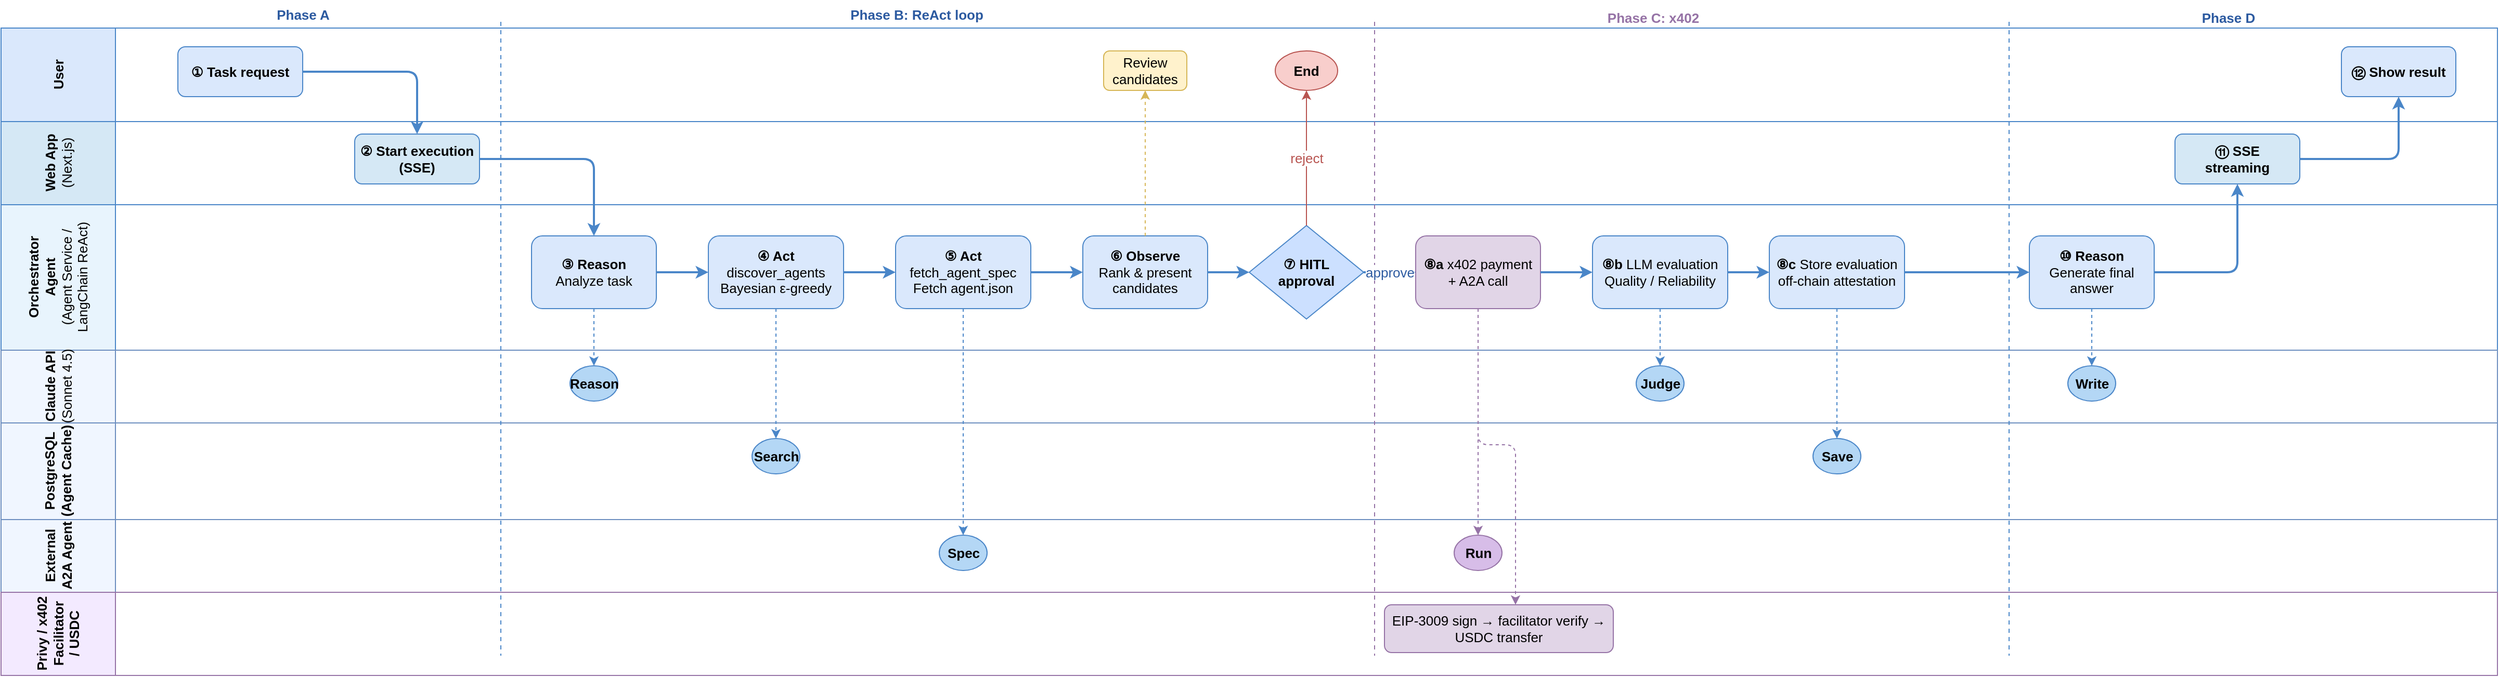
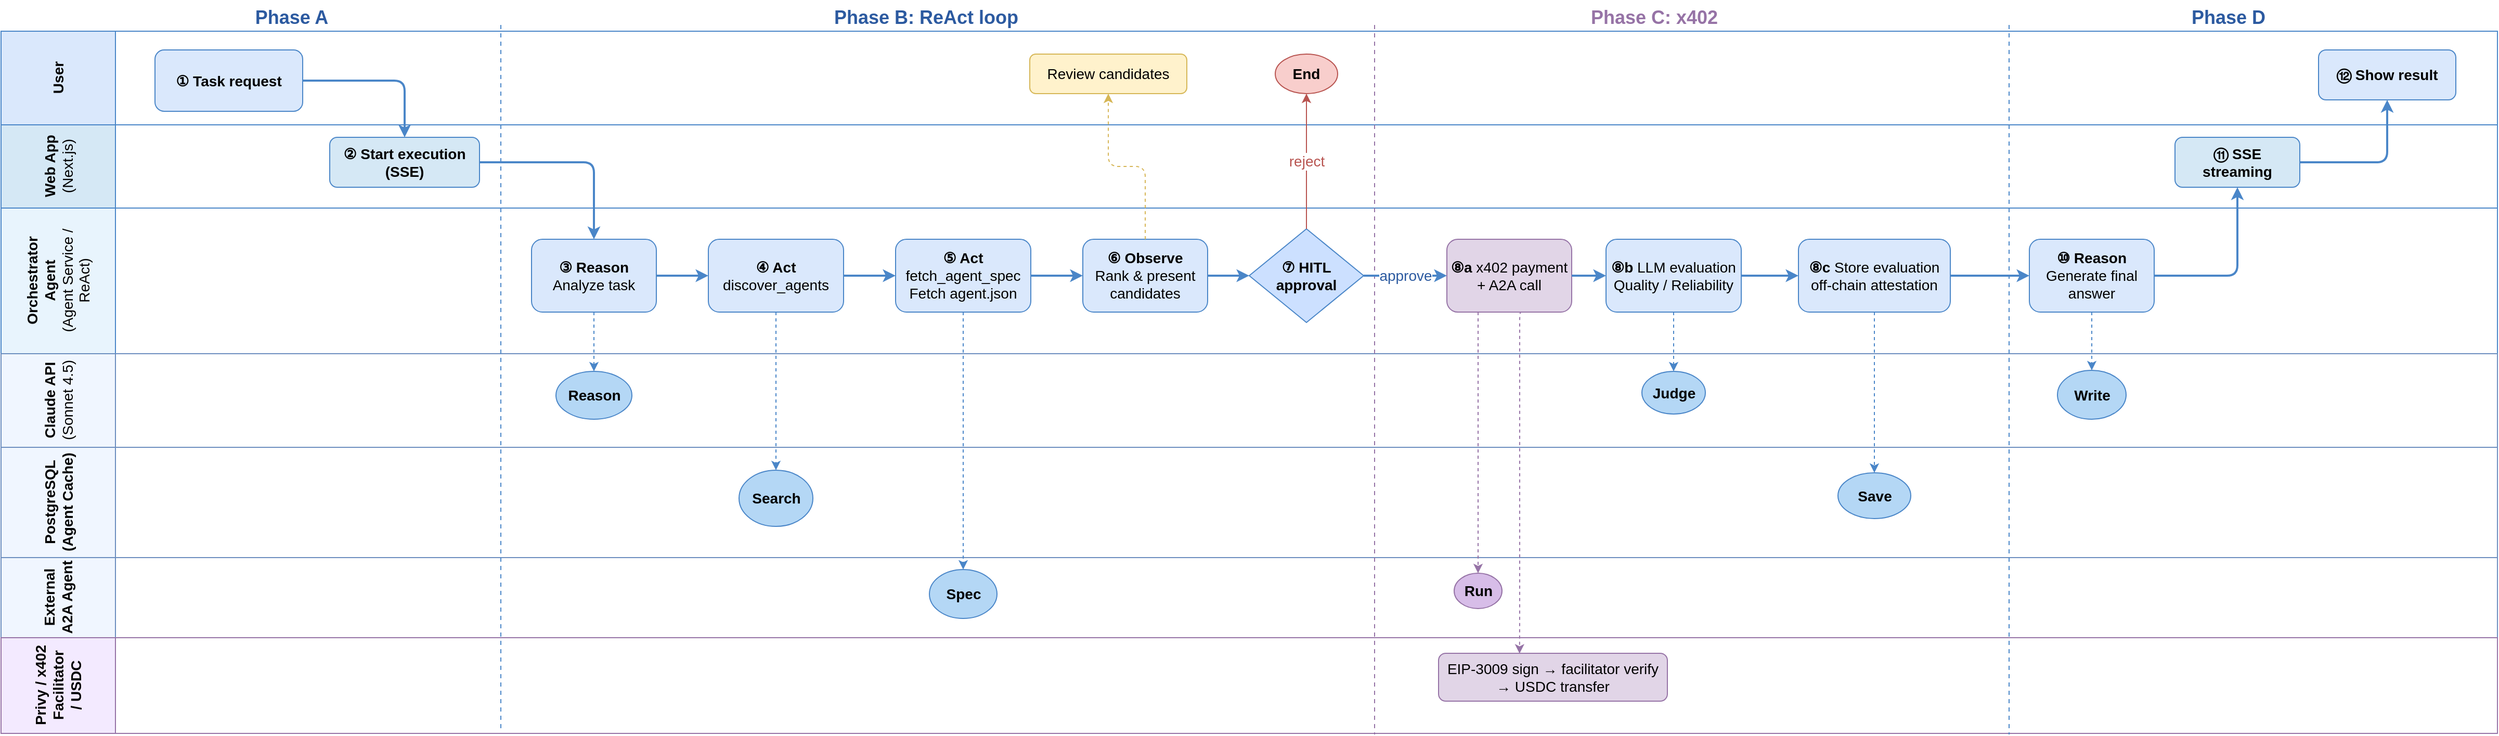
<mxfile host="Electron" agent="Mozilla/5.0 (Macintosh; Intel Mac OS X 10_15_7) AppleWebKit/537.36 (KHTML, like Gecko) draw.io/29.0.3 Chrome/140.0.7339.249 Electron/38.7.0 Safari/537.36" version="29.0.3">
  <diagram name="ページ-1" id="oJbKbAI1qvF3d68aLyy-">
-     <mxGraphModel dx="1697" dy="1247" grid="0" gridSize="10" guides="1" tooltips="1" connect="1" arrows="1" fold="1" page="0" pageScale="1" pageWidth="827" pageHeight="1169" math="0" shadow="0">
+     <mxGraphModel dx="2545" dy="1870" grid="0" gridSize="10" guides="1" tooltips="1" connect="1" arrows="1" fold="1" page="0" pageScale="1" pageWidth="827" pageHeight="1169" math="0" shadow="0">
      <root>
        <mxCell id="0" />
        <mxCell id="1" parent="0" />
-         <mxCell id="l1" value="User" style="swimlane;horizontal=0;startSize=110;fillColor=#dae8fc;strokeColor=#4a86c8;html=1;fontStyle=1;fontSize=13;" parent="1" vertex="1">
+         <mxCell id="l1" value="&lt;font style=&quot;font-size: 14px;&quot;&gt;User&lt;/font&gt;" style="swimlane;horizontal=0;startSize=110;fillColor=#dae8fc;strokeColor=#4a86c8;html=1;fontStyle=1;fontSize=13;" parent="1" vertex="1">
          <mxGeometry y="40" width="2400" height="90" as="geometry" />
        </mxCell>
-         <mxCell id="s1" value="① Task request" style="rounded=1;whiteSpace=wrap;html=1;fillColor=#dae8fc;strokeColor=#4a86c8;fontSize=13;fontStyle=1;" parent="l1" vertex="1">
-           <mxGeometry x="170" y="18" width="120" height="48" as="geometry" />
-         </mxCell>
-         <mxCell id="s12" value="⑫ Show result" style="rounded=1;whiteSpace=wrap;html=1;fillColor=#dae8fc;strokeColor=#4a86c8;fontSize=13;fontStyle=1;" parent="l1" vertex="1">
-           <mxGeometry x="2250" y="18" width="110" height="48" as="geometry" />
-         </mxCell>
-         <mxCell id="u6" value="Review candidates" style="rounded=1;whiteSpace=wrap;html=1;fillColor=#fff2cc;strokeColor=#d6b656;fontSize=13;" parent="l1" vertex="1">
-           <mxGeometry x="1060" y="22" width="80" height="38" as="geometry" />
-         </mxCell>
-         <mxCell id="reject" value="End" style="ellipse;whiteSpace=wrap;html=1;fillColor=#f8cecc;strokeColor=#b85450;fontSize=13;fontStyle=1;" parent="l1" vertex="1">
+         <mxCell id="s1" value="&lt;font style=&quot;font-size: 14px;&quot;&gt;① Task request&lt;/font&gt;" style="rounded=1;whiteSpace=wrap;html=1;fillColor=#dae8fc;strokeColor=#4a86c8;fontSize=13;fontStyle=1;" parent="l1" vertex="1">
+           <mxGeometry x="148" y="18" width="142" height="59" as="geometry" />
+         </mxCell>
+         <mxCell id="s12" value="&lt;font style=&quot;font-size: 14px;&quot;&gt;⑫ Show result&lt;/font&gt;" style="rounded=1;whiteSpace=wrap;html=1;fillColor=#dae8fc;strokeColor=#4a86c8;fontSize=13;fontStyle=1;" parent="l1" vertex="1">
+           <mxGeometry x="2228" y="18" width="132" height="48" as="geometry" />
+         </mxCell>
+         <mxCell id="u6" value="&lt;font style=&quot;font-size: 14px;&quot;&gt;Review candidates&lt;/font&gt;" style="rounded=1;whiteSpace=wrap;html=1;fillColor=#fff2cc;strokeColor=#d6b656;fontSize=13;" parent="l1" vertex="1">
+           <mxGeometry x="989" y="22" width="151" height="38" as="geometry" />
+         </mxCell>
+         <mxCell id="reject" value="&lt;font style=&quot;font-size: 14px;&quot;&gt;End&lt;/font&gt;" style="ellipse;whiteSpace=wrap;html=1;fillColor=#f8cecc;strokeColor=#b85450;fontSize=13;fontStyle=1;" parent="l1" vertex="1">
          <mxGeometry x="1225" y="22" width="60" height="38" as="geometry" />
        </mxCell>
-         <mxCell id="l2" value="Web App&lt;br&gt;&lt;font style=&quot;font-weight: normal;&quot;&gt;(Next.js)&lt;/font&gt;" style="swimlane;horizontal=0;startSize=110;fillColor=#d5e8f5;strokeColor=#4a86c8;html=1;fontStyle=1;fontSize=13;" parent="1" vertex="1">
+         <mxCell id="l2" value="&lt;font style=&quot;font-size: 14px;&quot;&gt;Web App&lt;br&gt;&lt;font style=&quot;font-weight: normal;&quot;&gt;(Next.js)&lt;/font&gt;&lt;/font&gt;" style="swimlane;horizontal=0;startSize=110;fillColor=#d5e8f5;strokeColor=#4a86c8;html=1;fontStyle=1;fontSize=13;" parent="1" vertex="1">
          <mxGeometry y="130" width="2400" height="80" as="geometry" />
        </mxCell>
-         <mxCell id="s2" value="② Start execution&#xa;(SSE)" style="rounded=1;whiteSpace=wrap;html=1;fillColor=#d5e8f5;strokeColor=#4a86c8;fontSize=13;fontStyle=1;" parent="l2" vertex="1">
-           <mxGeometry x="340" y="12" width="120" height="48" as="geometry" />
-         </mxCell>
-         <mxCell id="s11" value="⑪ SSE&#xa;streaming" style="rounded=1;whiteSpace=wrap;html=1;fillColor=#d5e8f5;strokeColor=#4a86c8;fontSize=13;fontStyle=1;" parent="l2" vertex="1">
+         <mxCell id="s2" value="&lt;font style=&quot;font-size: 14px;&quot;&gt;② Start execution&lt;br&gt;(SSE)&lt;/font&gt;" style="rounded=1;whiteSpace=wrap;html=1;fillColor=#d5e8f5;strokeColor=#4a86c8;fontSize=13;fontStyle=1;" parent="l2" vertex="1">
+           <mxGeometry x="316" y="12" width="144" height="48" as="geometry" />
+         </mxCell>
+         <mxCell id="s11" value="&lt;font style=&quot;font-size: 14px;&quot;&gt;⑪ SSE&lt;br&gt;streaming&lt;/font&gt;" style="rounded=1;whiteSpace=wrap;html=1;fillColor=#d5e8f5;strokeColor=#4a86c8;fontSize=13;fontStyle=1;" parent="l2" vertex="1">
          <mxGeometry x="2090" y="12" width="120" height="48" as="geometry" />
        </mxCell>
-         <mxCell id="l3" value="Orchestrator&lt;br&gt;Agent&lt;br&gt;&lt;font style=&quot;font-weight: normal;&quot;&gt;(Agent Service /&lt;br&gt;LangChain ReAct)&lt;/font&gt;" style="swimlane;horizontal=0;startSize=110;fillColor=#e8f4fd;strokeColor=#4a86c8;html=1;fontStyle=1;fontSize=13;" parent="1" vertex="1">
+         <mxCell id="l3" value="&lt;font style=&quot;font-size: 14px;&quot;&gt;Orchestrator&lt;br&gt;Agent&lt;br&gt;&lt;font style=&quot;font-weight: normal;&quot;&gt;(Agent Service /&lt;br&gt;ReAct)&lt;/font&gt;&lt;/font&gt;" style="swimlane;horizontal=0;startSize=110;fillColor=#e8f4fd;strokeColor=#4a86c8;html=1;fontStyle=1;fontSize=13;" parent="1" vertex="1">
          <mxGeometry y="210" width="2400" height="140" as="geometry" />
        </mxCell>
-         <mxCell id="s3" value="&lt;b&gt;③ Reason&lt;/b&gt;&#xa;Analyze task" style="rounded=1;whiteSpace=wrap;html=1;fillColor=#dae8fc;strokeColor=#4a86c8;fontSize=13;" parent="l3" vertex="1">
+         <mxCell id="s3" value="&lt;font style=&quot;font-size: 14px;&quot;&gt;&lt;b&gt;③ Reason&lt;/b&gt;&lt;br&gt;Analyze task&lt;/font&gt;" style="rounded=1;whiteSpace=wrap;html=1;fillColor=#dae8fc;strokeColor=#4a86c8;fontSize=13;" parent="l3" vertex="1">
          <mxGeometry x="510" y="30" width="120" height="70" as="geometry" />
        </mxCell>
-         <mxCell id="s4" value="&lt;b&gt;④ Act&lt;/b&gt;&#xa;discover_agents&#xa;&lt;font&gt;Bayesian ε-greedy&lt;/font&gt;" style="rounded=1;whiteSpace=wrap;html=1;fillColor=#dae8fc;strokeColor=#4a86c8;fontSize=13;" parent="l3" vertex="1">
+         <mxCell id="s4" value="&lt;font style=&quot;font-size: 14px;&quot;&gt;&lt;b&gt;④ Act&lt;/b&gt;&lt;br&gt;discover_agents&lt;br&gt;&lt;/font&gt;" style="rounded=1;whiteSpace=wrap;html=1;fillColor=#dae8fc;strokeColor=#4a86c8;fontSize=13;" parent="l3" vertex="1">
          <mxGeometry x="680" y="30" width="130" height="70" as="geometry" />
        </mxCell>
-         <mxCell id="s5" value="&lt;b&gt;⑤ Act&lt;/b&gt;&#xa;fetch_agent_spec&#xa;&lt;font&gt;Fetch agent.json&lt;/font&gt;" style="rounded=1;whiteSpace=wrap;html=1;fillColor=#dae8fc;strokeColor=#4a86c8;fontSize=13;" parent="l3" vertex="1">
+         <mxCell id="s5" value="&lt;font style=&quot;font-size: 14px;&quot;&gt;&lt;b&gt;⑤ Act&lt;/b&gt;&lt;br&gt;fetch_agent_spec&lt;br&gt;&lt;font&gt;Fetch agent.json&lt;/font&gt;&lt;/font&gt;" style="rounded=1;whiteSpace=wrap;html=1;fillColor=#dae8fc;strokeColor=#4a86c8;fontSize=13;" parent="l3" vertex="1">
          <mxGeometry x="860" y="30" width="130" height="70" as="geometry" />
        </mxCell>
-         <mxCell id="s6" value="&lt;b&gt;⑥ Observe&lt;/b&gt;&#xa;Rank &amp;amp; present candidates" style="rounded=1;whiteSpace=wrap;html=1;fillColor=#dae8fc;strokeColor=#4a86c8;fontSize=13;" parent="l3" vertex="1">
+         <mxCell id="s6" value="&lt;font style=&quot;font-size: 14px;&quot;&gt;&lt;b&gt;⑥ Observe&lt;/b&gt;&lt;br&gt;Rank &amp;amp; present candidates&lt;/font&gt;" style="rounded=1;whiteSpace=wrap;html=1;fillColor=#dae8fc;strokeColor=#4a86c8;fontSize=13;" parent="l3" vertex="1">
          <mxGeometry x="1040" y="30" width="120" height="70" as="geometry" />
        </mxCell>
-         <mxCell id="s7" value="⑦ HITL&#xa;approval" style="rhombus;whiteSpace=wrap;html=1;fillColor=#cce0ff;strokeColor=#4a86c8;fontSize=13;fontStyle=1;" parent="l3" vertex="1">
+         <mxCell id="s7" value="&lt;font style=&quot;font-size: 14px;&quot;&gt;⑦ HITL&lt;br&gt;approval&lt;/font&gt;" style="rhombus;whiteSpace=wrap;html=1;fillColor=#cce0ff;strokeColor=#4a86c8;fontSize=13;fontStyle=1;" parent="l3" vertex="1">
          <mxGeometry x="1200" y="20" width="110" height="90" as="geometry" />
        </mxCell>
-         <mxCell id="s8a" value="&lt;b&gt;⑧a&lt;/b&gt; x402 payment&#xa;+ A2A call" style="rounded=1;whiteSpace=wrap;html=1;fillColor=#e1d5e7;strokeColor=#9673a6;fontSize=13;" parent="l3" vertex="1">
-           <mxGeometry x="1360" y="30" width="120" height="70" as="geometry" />
-         </mxCell>
-         <mxCell id="s8b" value="&lt;b&gt;⑧b&lt;/b&gt; LLM evaluation&#xa;&lt;font&gt;Quality / Reliability&lt;/font&gt;" style="rounded=1;whiteSpace=wrap;html=1;fillColor=#dae8fc;strokeColor=#4a86c8;fontSize=13;" parent="l3" vertex="1">
-           <mxGeometry x="1530" y="30" width="130" height="70" as="geometry" />
-         </mxCell>
-         <mxCell id="s8c" value="&lt;b&gt;⑧c&lt;/b&gt; Store evaluation&#xa;&lt;font&gt;off-chain attestation&lt;/font&gt;" style="rounded=1;whiteSpace=wrap;html=1;fillColor=#dae8fc;strokeColor=#4a86c8;fontSize=13;" parent="l3" vertex="1">
-           <mxGeometry x="1700" y="30" width="130" height="70" as="geometry" />
-         </mxCell>
-         <mxCell id="s10" value="&lt;b&gt;⑩ Reason&lt;/b&gt;&#xa;Generate final answer" style="rounded=1;whiteSpace=wrap;html=1;fillColor=#dae8fc;strokeColor=#4a86c8;fontSize=13;" parent="l3" vertex="1">
+         <mxCell id="s8a" value="&lt;font style=&quot;font-size: 14px;&quot;&gt;&lt;b&gt;⑧a&lt;/b&gt; x402 payment&lt;br&gt;+ A2A call&lt;/font&gt;" style="rounded=1;whiteSpace=wrap;html=1;fillColor=#e1d5e7;strokeColor=#9673a6;fontSize=13;" parent="l3" vertex="1">
+           <mxGeometry x="1390" y="30" width="120" height="70" as="geometry" />
+         </mxCell>
+         <mxCell id="s8b" value="&lt;font style=&quot;font-size: 14px;&quot;&gt;&lt;b&gt;⑧b&lt;/b&gt; LLM evaluation&lt;br&gt;&lt;font&gt;Quality / Reliability&lt;/font&gt;&lt;/font&gt;" style="rounded=1;whiteSpace=wrap;html=1;fillColor=#dae8fc;strokeColor=#4a86c8;fontSize=13;" parent="l3" vertex="1">
+           <mxGeometry x="1543" y="30" width="130" height="70" as="geometry" />
+         </mxCell>
+         <mxCell id="s8c" value="&lt;font style=&quot;font-size: 14px;&quot;&gt;&lt;b&gt;⑧c&lt;/b&gt; Store evaluation&lt;br&gt;&lt;font&gt;off-chain attestation&lt;/font&gt;&lt;/font&gt;" style="rounded=1;whiteSpace=wrap;html=1;fillColor=#dae8fc;strokeColor=#4a86c8;fontSize=13;" parent="l3" vertex="1">
+           <mxGeometry x="1728" y="30" width="146" height="70" as="geometry" />
+         </mxCell>
+         <mxCell id="s10" value="&lt;font style=&quot;font-size: 14px;&quot;&gt;&lt;b&gt;⑩ Reason&lt;/b&gt;&lt;br&gt;Generate final answer&lt;/font&gt;" style="rounded=1;whiteSpace=wrap;html=1;fillColor=#dae8fc;strokeColor=#4a86c8;fontSize=13;" parent="l3" vertex="1">
          <mxGeometry x="1950" y="30" width="120" height="70" as="geometry" />
        </mxCell>
-         <mxCell id="l4" value="Claude API&lt;br&gt;&lt;font style=&quot;font-weight: normal;&quot;&gt;(Sonnet 4.5)&lt;/font&gt;" style="swimlane;horizontal=0;startSize=110;fillColor=#f0f6ff;strokeColor=#6c8ebf;html=1;fontStyle=1;fontSize=13;" parent="1" vertex="1">
-           <mxGeometry y="350" width="2400" height="70" as="geometry" />
-         </mxCell>
-         <mxCell id="c3" value="Reason" style="ellipse;fillColor=#b4d7f5;strokeColor=#4a86c8;html=1;fontSize=13;fontStyle=1;" parent="l4" vertex="1">
-           <mxGeometry x="547" y="15" width="46" height="34" as="geometry" />
-         </mxCell>
-         <mxCell id="c8b" value="Judge" style="ellipse;fillColor=#b4d7f5;strokeColor=#4a86c8;html=1;fontSize=13;fontStyle=1;" parent="l4" vertex="1">
-           <mxGeometry x="1572" y="15" width="46" height="34" as="geometry" />
-         </mxCell>
-         <mxCell id="c10" value="Write" style="ellipse;fillColor=#b4d7f5;strokeColor=#4a86c8;html=1;fontSize=13;fontStyle=1;" parent="l4" vertex="1">
-           <mxGeometry x="1987" y="15" width="46" height="34" as="geometry" />
-         </mxCell>
-         <mxCell id="l5" value="PostgreSQL&lt;div&gt;(Agent Cache)&lt;/div&gt;" style="swimlane;horizontal=0;startSize=110;fillColor=#f0f6ff;strokeColor=#6c8ebf;html=1;fontStyle=1;fontSize=13;" parent="1" vertex="1">
-           <mxGeometry y="420" width="2400" height="93" as="geometry">
+         <mxCell id="l4" value="&lt;font style=&quot;font-size: 14px;&quot;&gt;Claude API&lt;br&gt;&lt;font style=&quot;font-weight: normal;&quot;&gt;(Sonnet 4.5)&lt;/font&gt;&lt;/font&gt;" style="swimlane;horizontal=0;startSize=110;fillColor=#f0f6ff;strokeColor=#6c8ebf;html=1;fontStyle=1;fontSize=13;" parent="1" vertex="1">
+           <mxGeometry y="350" width="2400" height="90" as="geometry" />
+         </mxCell>
+         <mxCell id="c3" value="&lt;font style=&quot;font-size: 14px;&quot;&gt;Reason&lt;/font&gt;" style="ellipse;fillColor=#b4d7f5;strokeColor=#4a86c8;html=1;fontSize=13;fontStyle=1;" parent="l4" vertex="1">
+           <mxGeometry x="533.5" y="17" width="73" height="46" as="geometry" />
+         </mxCell>
+         <mxCell id="c8b" value="&lt;font style=&quot;font-size: 14px;&quot;&gt;Judge&lt;/font&gt;" style="ellipse;fillColor=#b4d7f5;strokeColor=#4a86c8;html=1;fontSize=13;fontStyle=1;" parent="l4" vertex="1">
+           <mxGeometry x="1577.5" y="17" width="61" height="41" as="geometry" />
+         </mxCell>
+         <mxCell id="c10" value="&lt;font style=&quot;font-size: 14px;&quot;&gt;Write&lt;/font&gt;" style="ellipse;fillColor=#b4d7f5;strokeColor=#4a86c8;html=1;fontSize=13;fontStyle=1;" parent="l4" vertex="1">
+           <mxGeometry x="1977" y="16" width="66" height="47" as="geometry" />
+         </mxCell>
+         <mxCell id="l5" value="&lt;font style=&quot;font-size: 14px;&quot;&gt;PostgreSQL&lt;/font&gt;&lt;div&gt;&lt;font style=&quot;font-size: 14px;&quot;&gt;(Agent Cache)&lt;/font&gt;&lt;/div&gt;" style="swimlane;horizontal=0;startSize=110;fillColor=#f0f6ff;strokeColor=#6c8ebf;html=1;fontStyle=1;fontSize=13;" parent="1" vertex="1">
+           <mxGeometry y="440" width="2400" height="106" as="geometry">
            <mxRectangle y="420" width="44" height="110" as="alternateBounds" />
          </mxGeometry>
        </mxCell>
-         <mxCell id="p4" value="Search" style="ellipse;fillColor=#b4d7f5;strokeColor=#4a86c8;html=1;fontSize=13;fontStyle=1;" parent="l5" vertex="1">
-           <mxGeometry x="722" y="15" width="46" height="34" as="geometry" />
-         </mxCell>
-         <mxCell id="p8c" value="Save" style="ellipse;fillColor=#b4d7f5;strokeColor=#4a86c8;html=1;fontSize=13;fontStyle=1;" parent="l5" vertex="1">
-           <mxGeometry x="1742" y="15" width="46" height="34" as="geometry" />
-         </mxCell>
-         <mxCell id="l6" value="External&lt;br&gt;A2A Agent" style="swimlane;horizontal=0;startSize=110;fillColor=#f0f6ff;strokeColor=#6c8ebf;html=1;fontStyle=1;fontSize=13;" parent="1" vertex="1">
-           <mxGeometry y="513" width="2400" height="70" as="geometry" />
-         </mxCell>
-         <mxCell id="a5" value="Spec" style="ellipse;fillColor=#b4d7f5;strokeColor=#4a86c8;html=1;fontSize=13;fontStyle=1;" parent="l6" vertex="1">
-           <mxGeometry x="902" y="15" width="46" height="34" as="geometry" />
-         </mxCell>
-         <mxCell id="a8" value="Run" style="ellipse;fillColor=#d7bde8;strokeColor=#9673a6;html=1;fontSize=13;fontStyle=1;" parent="l6" vertex="1">
+         <mxCell id="p4" value="&lt;font style=&quot;font-size: 14px;&quot;&gt;Search&lt;/font&gt;" style="ellipse;fillColor=#b4d7f5;strokeColor=#4a86c8;html=1;fontSize=13;fontStyle=1;" parent="l5" vertex="1">
+           <mxGeometry x="709.5" y="22" width="71" height="54" as="geometry" />
+         </mxCell>
+         <mxCell id="p8c" value="&lt;font style=&quot;font-size: 14px;&quot;&gt;Save&lt;/font&gt;" style="ellipse;fillColor=#b4d7f5;strokeColor=#4a86c8;html=1;fontSize=13;fontStyle=1;" parent="l5" vertex="1">
+           <mxGeometry x="1766" y="24.5" width="70" height="44" as="geometry" />
+         </mxCell>
+         <mxCell id="l6" value="&lt;font style=&quot;font-size: 14px;&quot;&gt;External&lt;br&gt;A2A Agent&lt;/font&gt;" style="swimlane;horizontal=0;startSize=110;fillColor=#f0f6ff;strokeColor=#6c8ebf;html=1;fontStyle=1;fontSize=13;" parent="1" vertex="1">
+           <mxGeometry y="546" width="2400" height="77" as="geometry" />
+         </mxCell>
+         <mxCell id="a5" value="&lt;font style=&quot;font-size: 14px;&quot;&gt;Spec&lt;/font&gt;" style="ellipse;fillColor=#b4d7f5;strokeColor=#4a86c8;html=1;fontSize=13;fontStyle=1;" parent="l6" vertex="1">
+           <mxGeometry x="892.5" y="11.5" width="65" height="47" as="geometry" />
+         </mxCell>
+         <mxCell id="a8" value="&lt;font style=&quot;font-size: 14px;&quot;&gt;Run&lt;/font&gt;" style="ellipse;fillColor=#d7bde8;strokeColor=#9673a6;html=1;fontSize=13;fontStyle=1;" parent="l6" vertex="1">
          <mxGeometry x="1397" y="15" width="46" height="34" as="geometry" />
        </mxCell>
-         <mxCell id="l7" value="Privy / x402&lt;br&gt;Facilitator&lt;br&gt;/ USDC" style="swimlane;horizontal=0;startSize=110;fillColor=#f3eaff;strokeColor=#9673a6;html=1;fontStyle=1;fontSize=13;" parent="1" vertex="1">
-           <mxGeometry y="583" width="2400" height="80" as="geometry" />
-         </mxCell>
-         <mxCell id="px" value="&lt;font&gt;EIP-3009 sign → facilitator verify → USDC transfer&lt;/font&gt;" style="rounded=1;whiteSpace=wrap;html=1;fillColor=#e1d5e7;strokeColor=#9673a6;fontSize=13;" parent="l7" vertex="1">
-           <mxGeometry x="1330" y="12" width="220" height="46" as="geometry" />
-         </mxCell>
-         <mxCell id="phA" value="&lt;font&gt;Phase A&lt;/font&gt;" style="text;html=1;fontSize=13;fontStyle=1;fontColor=#2c5aa0;align=center;" parent="1" vertex="1">
-           <mxGeometry x="160" y="13" width="260" height="18" as="geometry" />
-         </mxCell>
-         <mxCell id="phB" value="&lt;font&gt;Phase B: ReAct loop&lt;/font&gt;" style="text;html=1;fontSize=13;fontStyle=1;fontColor=#2c5aa0;align=center;" parent="1" vertex="1">
-           <mxGeometry x="500" y="13" width="760" height="18" as="geometry" />
-         </mxCell>
-         <mxCell id="phC" value="&lt;font&gt;Phase C: x402&lt;/font&gt;" style="text;html=1;fontSize=13;fontStyle=1;fontColor=#9673a6;align=center;" parent="1" vertex="1">
-           <mxGeometry x="1528" y="16" width="120" height="18" as="geometry" />
-         </mxCell>
-         <mxCell id="phD" value="&lt;font&gt;Phase D&lt;/font&gt;" style="text;html=1;fontSize=13;fontStyle=1;fontColor=#2c5aa0;align=center;" parent="1" vertex="1">
-           <mxGeometry x="2041" y="16" width="200" height="18" as="geometry" />
+         <mxCell id="l7" value="&lt;font style=&quot;font-size: 14px;&quot;&gt;Privy / x402&lt;br&gt;Facilitator&lt;br&gt;/ USDC&lt;/font&gt;" style="swimlane;horizontal=0;startSize=110;fillColor=#f3eaff;strokeColor=#9673a6;html=1;fontStyle=1;fontSize=13;" parent="1" vertex="1">
+           <mxGeometry y="623" width="2400" height="92" as="geometry" />
+         </mxCell>
+         <mxCell id="px" value="&lt;font style=&quot;font-size: 14px;&quot;&gt;EIP-3009 sign → facilitator verify → USDC transfer&lt;/font&gt;" style="rounded=1;whiteSpace=wrap;html=1;fillColor=#e1d5e7;strokeColor=#9673a6;fontSize=13;" parent="l7" vertex="1">
+           <mxGeometry x="1382" y="15" width="220" height="46" as="geometry" />
+         </mxCell>
+         <mxCell id="phA" value="&lt;font style=&quot;font-size: 18px;&quot;&gt;Phase A&lt;/font&gt;" style="text;html=1;fontSize=13;fontStyle=1;fontColor=#2c5aa0;align=center;" parent="1" vertex="1">
+           <mxGeometry x="149" y="10" width="260" height="18" as="geometry" />
+         </mxCell>
+         <mxCell id="phB" value="&lt;font style=&quot;font-size: 18px;&quot;&gt;Phase B: ReAct loop&lt;/font&gt;" style="text;html=1;fontSize=13;fontStyle=1;fontColor=#2c5aa0;align=center;" parent="1" vertex="1">
+           <mxGeometry x="757" y="10" width="263" height="18" as="geometry" />
+         </mxCell>
+         <mxCell id="phC" value="&lt;font style=&quot;font-size: 18px;&quot;&gt;Phase C: x402&lt;/font&gt;" style="text;html=1;fontSize=13;fontStyle=1;fontColor=#9673a6;align=center;" parent="1" vertex="1">
+           <mxGeometry x="1529" y="10" width="120" height="18" as="geometry" />
+         </mxCell>
+         <mxCell id="phD" value="&lt;font style=&quot;font-size: 18px;&quot;&gt;Phase D&lt;/font&gt;" style="text;html=1;fontSize=13;fontStyle=1;fontColor=#2c5aa0;align=center;" parent="1" vertex="1">
+           <mxGeometry x="2041" y="10" width="200" height="18" as="geometry" />
        </mxCell>
        <mxCell id="divB" value="" style="shape=line;strokeColor=#4a86c8;dashed=1;dashPattern=4 4;strokeWidth=1;direction=south;fontSize=13;" parent="1" vertex="1">
-           <mxGeometry x="480" y="34" width="1" height="610" as="geometry" />
+           <mxGeometry x="480" y="34" width="1" height="679" as="geometry" />
        </mxCell>
        <mxCell id="divC" value="" style="shape=line;strokeColor=#9673a6;dashed=1;dashPattern=4 4;strokeWidth=1;direction=south;fontSize=13;" parent="1" vertex="1">
-           <mxGeometry x="1320" y="34" width="1" height="610" as="geometry" />
+           <mxGeometry x="1320" y="34" width="1" height="682" as="geometry" />
        </mxCell>
        <mxCell id="divD" value="" style="shape=line;strokeColor=#4a86c8;dashed=1;dashPattern=4 4;strokeWidth=1;direction=south;fontSize=13;" parent="1" vertex="1">
-           <mxGeometry x="1930" y="34" width="1" height="610" as="geometry" />
+           <mxGeometry x="1930" y="34" width="1" height="682" as="geometry" />
        </mxCell>
        <mxCell id="e12" style="edgeStyle=orthogonalEdgeStyle;rounded=1;html=1;strokeColor=#4a86c8;strokeWidth=2;fontSize=13;" parent="1" source="s1" target="s2" edge="1">
          <mxGeometry relative="1" as="geometry" />
        </mxCell>
        <mxCell id="e23" style="edgeStyle=orthogonalEdgeStyle;rounded=1;html=1;strokeColor=#4a86c8;strokeWidth=2;fontSize=13;" parent="1" source="s2" target="s3" edge="1">
          <mxGeometry relative="1" as="geometry" />
        </mxCell>
        <mxCell id="e3c" style="edgeStyle=orthogonalEdgeStyle;rounded=1;html=1;strokeColor=#4a86c8;dashed=1;fontSize=13;" parent="1" source="s3" target="c3" edge="1">
          <mxGeometry relative="1" as="geometry" />
        </mxCell>
        <mxCell id="e34" style="edgeStyle=orthogonalEdgeStyle;rounded=1;html=1;strokeColor=#4a86c8;strokeWidth=2;fontSize=13;" parent="1" source="s3" target="s4" edge="1">
          <mxGeometry relative="1" as="geometry" />
        </mxCell>
        <mxCell id="e4p" style="edgeStyle=orthogonalEdgeStyle;rounded=1;html=1;strokeColor=#4a86c8;dashed=1;fontSize=13;" parent="1" source="s4" target="p4" edge="1">
          <mxGeometry relative="1" as="geometry" />
        </mxCell>
        <mxCell id="e45" style="edgeStyle=orthogonalEdgeStyle;rounded=1;html=1;strokeColor=#4a86c8;strokeWidth=2;fontSize=13;" parent="1" source="s4" target="s5" edge="1">
          <mxGeometry relative="1" as="geometry" />
        </mxCell>
        <mxCell id="e5a" style="edgeStyle=orthogonalEdgeStyle;rounded=1;html=1;strokeColor=#4a86c8;dashed=1;fontSize=13;" parent="1" source="s5" target="a5" edge="1">
          <mxGeometry relative="1" as="geometry" />
        </mxCell>
        <mxCell id="e56" style="edgeStyle=orthogonalEdgeStyle;rounded=1;html=1;strokeColor=#4a86c8;strokeWidth=2;fontSize=13;" parent="1" source="s5" target="s6" edge="1">
          <mxGeometry relative="1" as="geometry" />
        </mxCell>
        <mxCell id="e6u" style="edgeStyle=orthogonalEdgeStyle;rounded=1;html=1;strokeColor=#d6b656;dashed=1;fontSize=13;" parent="1" source="s6" target="u6" edge="1">
          <mxGeometry relative="1" as="geometry" />
        </mxCell>
        <mxCell id="e67" style="edgeStyle=orthogonalEdgeStyle;rounded=1;html=1;strokeColor=#4a86c8;strokeWidth=2;fontSize=13;" parent="1" source="s6" target="s7" edge="1">
          <mxGeometry relative="1" as="geometry" />
        </mxCell>
-         <mxCell id="e7r" value="reject" style="edgeStyle=orthogonalEdgeStyle;rounded=1;html=1;strokeColor=#b85450;fontColor=#b85450;fontSize=13;" parent="1" source="s7" target="reject" edge="1">
-           <mxGeometry relative="1" as="geometry" />
-         </mxCell>
-         <mxCell id="e78" value="approve" style="edgeStyle=orthogonalEdgeStyle;rounded=1;html=1;strokeColor=#4a86c8;strokeWidth=2;fontSize=13;fontColor=#2c5aa0;" parent="1" source="s7" target="s8a" edge="1">
+         <mxCell id="e7r" value="&lt;font style=&quot;font-size: 14px;&quot;&gt;reject&lt;/font&gt;" style="edgeStyle=orthogonalEdgeStyle;rounded=1;html=1;strokeColor=#b85450;fontColor=#b85450;fontSize=13;" parent="1" source="s7" target="reject" edge="1">
+           <mxGeometry relative="1" as="geometry" />
+         </mxCell>
+         <mxCell id="e78" value="&lt;font style=&quot;font-size: 14px;&quot;&gt;approve&lt;/font&gt;" style="edgeStyle=orthogonalEdgeStyle;rounded=1;html=1;strokeColor=#4a86c8;strokeWidth=2;fontSize=13;fontColor=#2c5aa0;" parent="1" source="s7" target="s8a" edge="1">
          <mxGeometry relative="1" as="geometry" />
        </mxCell>
        <mxCell id="e8aa" style="edgeStyle=orthogonalEdgeStyle;rounded=1;html=1;strokeColor=#9673a6;dashed=1;fontSize=13;" parent="1" source="s8a" target="a8" edge="1">
-           <mxGeometry relative="1" as="geometry" />
-         </mxCell>
-         <mxCell id="e8ap" style="edgeStyle=orthogonalEdgeStyle;rounded=1;html=1;strokeColor=#9673a6;dashed=1;fontSize=13;" parent="1" source="s8a" target="px" edge="1">
          <mxGeometry relative="1" as="geometry">
            <Array as="points">
-               <mxPoint x="1420" y="441" />
-               <mxPoint x="1456" y="441" />
+               <mxPoint x="1420" y="367" />
+               <mxPoint x="1420" y="367" />
            </Array>
+           </mxGeometry>
+         </mxCell>
+         <mxCell id="e8ap" style="edgeStyle=orthogonalEdgeStyle;rounded=1;html=1;strokeColor=#9673a6;dashed=1;fontSize=13;entryX=0.354;entryY=0.006;entryDx=0;entryDy=0;entryPerimeter=0;" parent="1" target="px" edge="1">
+           <mxGeometry relative="1" as="geometry">
+             <Array as="points">
+               <mxPoint x="1460" y="310" />
+               <mxPoint x="1460" y="595" />
+             </Array>
+             <mxPoint x="1462" y="310" as="sourcePoint" />
+             <mxPoint x="1464" y="595" as="targetPoint" />
          </mxGeometry>
        </mxCell>
        <mxCell id="e8ab" style="edgeStyle=orthogonalEdgeStyle;rounded=1;html=1;strokeColor=#4a86c8;strokeWidth=2;fontSize=13;" parent="1" source="s8a" target="s8b" edge="1">
          <mxGeometry relative="1" as="geometry" />
        </mxCell>
        <mxCell id="e8bc" style="edgeStyle=orthogonalEdgeStyle;rounded=1;html=1;strokeColor=#4a86c8;dashed=1;fontSize=13;" parent="1" source="s8b" target="c8b" edge="1">
          <mxGeometry relative="1" as="geometry" />
        </mxCell>
        <mxCell id="e8b8c" style="edgeStyle=orthogonalEdgeStyle;rounded=1;html=1;strokeColor=#4a86c8;strokeWidth=2;fontSize=13;" parent="1" source="s8b" target="s8c" edge="1">
          <mxGeometry relative="1" as="geometry" />
        </mxCell>
        <mxCell id="e8cp" style="edgeStyle=orthogonalEdgeStyle;rounded=1;html=1;strokeColor=#4a86c8;dashed=1;fontSize=13;" parent="1" source="s8c" target="p8c" edge="1">
          <mxGeometry relative="1" as="geometry" />
        </mxCell>
        <mxCell id="e8c10" style="edgeStyle=orthogonalEdgeStyle;rounded=1;html=1;strokeColor=#4a86c8;strokeWidth=2;fontSize=13;" parent="1" source="s8c" target="s10" edge="1">
          <mxGeometry relative="1" as="geometry" />
        </mxCell>
        <mxCell id="e10c" style="edgeStyle=orthogonalEdgeStyle;rounded=1;html=1;strokeColor=#4a86c8;dashed=1;fontSize=13;" parent="1" source="s10" target="c10" edge="1">
          <mxGeometry relative="1" as="geometry" />
        </mxCell>
        <mxCell id="e1011" style="edgeStyle=orthogonalEdgeStyle;rounded=1;html=1;strokeColor=#4a86c8;strokeWidth=2;fontSize=13;" parent="1" source="s10" target="s11" edge="1">
          <mxGeometry relative="1" as="geometry" />
        </mxCell>
        <mxCell id="e1112" style="edgeStyle=orthogonalEdgeStyle;rounded=1;html=1;strokeColor=#4a86c8;strokeWidth=2;fontSize=13;" parent="1" source="s11" target="s12" edge="1">
          <mxGeometry relative="1" as="geometry" />
        </mxCell>
      </root>
    </mxGraphModel>
  </diagram>
</mxfile>
